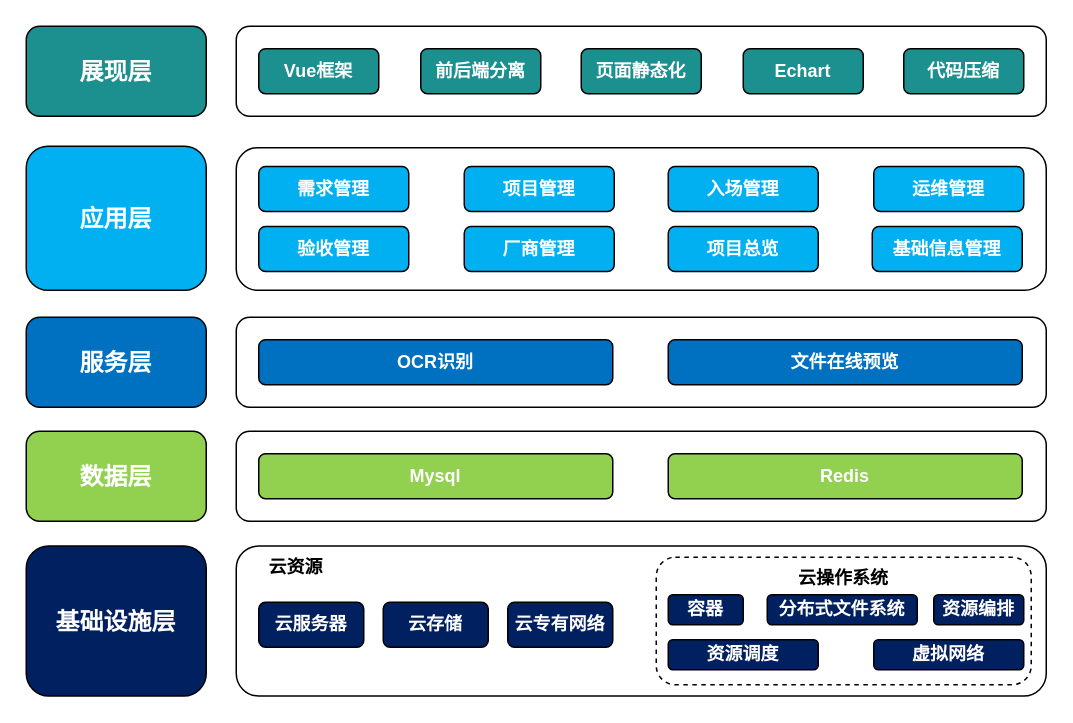
The draw.io diagram 统一台账技术架构图.drawio in diaosinanshen/draw, before the edit. Source tidied: cells renumbered, new cells numbered last; positions are measured from the earlier drawing's top-left corner, leaving out a move shared by most shapes. Both pictures are drawn from the tidied source at 150%, with x=0, y=0 at pixel (26, 26).
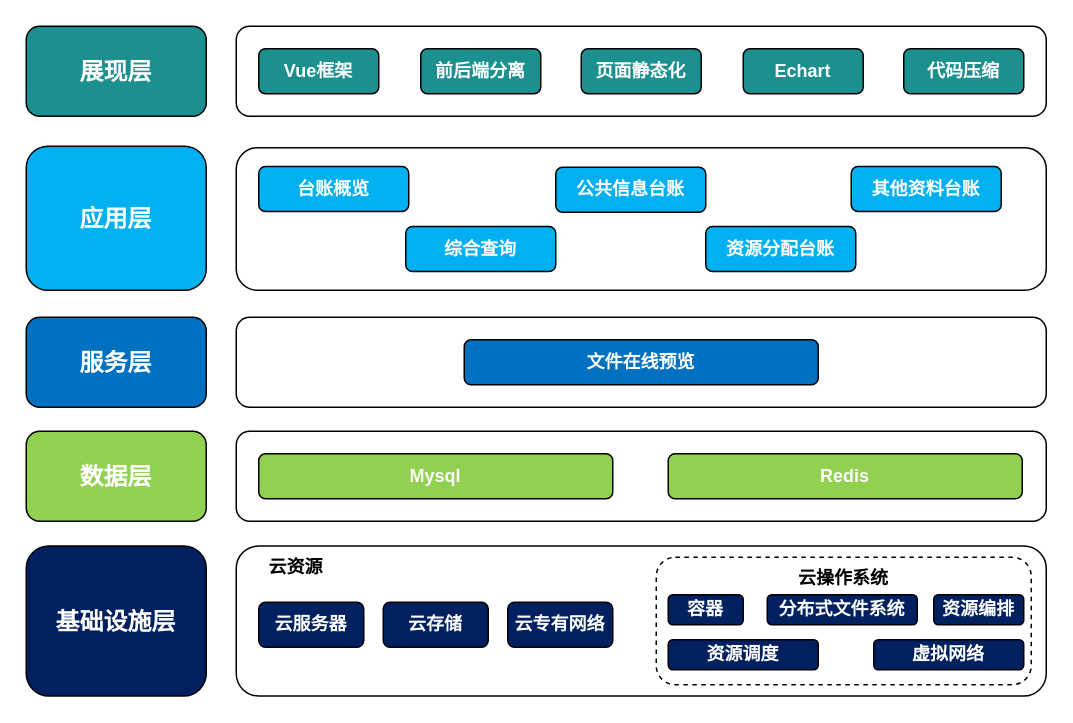
The same diagram, later.

Commit message:
更新统一台账技术架构图.drawio

What changed in the source:
```diff
@@
-    <mxCell id="16" value="OCR识别" style="rounded=1;whiteSpace=wrap;html=1;fillColor=#0071C0;fontColor=#FFFFFF;fontStyle=1;" parent="1" vertex="1">
-      <mxGeometry x="155" y="209" width="236" height="30" as="geometry" />
-    </mxCell>
     <mxCell id="17" value="文件在线预览" style="rounded=1;whiteSpace=wrap;html=1;fillColor=#0071C0;fontColor=#FFFFFF;fontStyle=1;" parent="1" vertex="1">
-      <mxGeometry x="428" y="209" width="236" height="30" as="geometry" />
+      <mxGeometry x="292" y="209" width="236" height="30" as="geometry" />
     </mxCell>
@@
-    <mxCell id="30" value="需求管理" style="rounded=1;whiteSpace=wrap;html=1;fillColor=#00B0F1;fontColor=#FFFFFF;fontStyle=1;" parent="1" vertex="1">
+    <mxCell id="30" value="台账概览" style="rounded=1;whiteSpace=wrap;html=1;fillColor=#00B0F1;fontColor=#FFFFFF;fontStyle=1;" parent="1" vertex="1">
       <mxGeometry x="155" y="93.5" width="100" height="30" as="geometry" />
     </mxCell>
-    <mxCell id="31" value="项目管理" style="rounded=1;whiteSpace=wrap;html=1;fillColor=#00B0F1;fontColor=#FFFFFF;fontStyle=1;" parent="1" vertex="1">
-      <mxGeometry x="292" y="93.5" width="100" height="30" as="geometry" />
+    <mxCell id="31" value="公共信息台账" style="rounded=1;whiteSpace=wrap;html=1;fillColor=#00B0F1;fontColor=#FFFFFF;fontStyle=1;" parent="1" vertex="1">
+      <mxGeometry x="353" y="94" width="100" height="30" as="geometry" />
     </mxCell>
-    <mxCell id="32" value="验收管理" style="rounded=1;whiteSpace=wrap;html=1;fillColor=#00B0F1;fontColor=#FFFFFF;fontStyle=1;" parent="1" vertex="1">
-      <mxGeometry x="155" y="133.5" width="100" height="30" as="geometry" />
+    <mxCell id="32" value="综合查询" style="rounded=1;whiteSpace=wrap;html=1;fillColor=#00B0F1;fontColor=#FFFFFF;fontStyle=1;" parent="1" vertex="1">
+      <mxGeometry x="253" y="133.5" width="100" height="30" as="geometry" />
     </mxCell>
-    <mxCell id="33" value="入场管理" style="rounded=1;whiteSpace=wrap;html=1;fillColor=#00B0F1;fontColor=#FFFFFF;fontStyle=1;" parent="1" vertex="1">
-      <mxGeometry x="428" y="93.5" width="100" height="30" as="geometry" />
+    <mxCell id="33" value="资源分配台账" style="rounded=1;whiteSpace=wrap;html=1;fillColor=#00B0F1;fontColor=#FFFFFF;fontStyle=1;" parent="1" vertex="1">
+      <mxGeometry x="453" y="133.5" width="100" height="30" as="geometry" />
     </mxCell>
-    <mxCell id="34" value="运维管理" style="rounded=1;whiteSpace=wrap;html=1;fillColor=#00B0F1;fontColor=#FFFFFF;fontStyle=1;" parent="1" vertex="1">
-      <mxGeometry x="565" y="93.5" width="100" height="30" as="geometry" />
+    <mxCell id="34" value="其他资料台账" style="rounded=1;whiteSpace=wrap;html=1;fillColor=#00B0F1;fontColor=#FFFFFF;fontStyle=1;" parent="1" vertex="1">
+      <mxGeometry x="550" y="93.5" width="100" height="30" as="geometry" />
     </mxCell>
-    <mxCell id="35" value="厂商管理" style="rounded=1;whiteSpace=wrap;html=1;fillColor=#00B0F1;fontColor=#FFFFFF;fontStyle=1;" parent="1" vertex="1">
-      <mxGeometry x="292" y="133.5" width="100" height="30" as="geometry" />
-    </mxCell>
-    <mxCell id="36" value="基础信息管理" style="rounded=1;whiteSpace=wrap;html=1;fillColor=#00B0F1;fontColor=#FFFFFF;fontStyle=1;" parent="1" vertex="1">
-      <mxGeometry x="564" y="133.5" width="100" height="30" as="geometry" />
-    </mxCell>
-    <mxCell id="37" value="项目总览" style="rounded=1;whiteSpace=wrap;html=1;fillColor=#00B0F1;fontColor=#FFFFFF;fontStyle=1;" parent="1" vertex="1">
-      <mxGeometry x="428" y="133.5" width="100" height="30" as="geometry" />
-    </mxCell>
```
